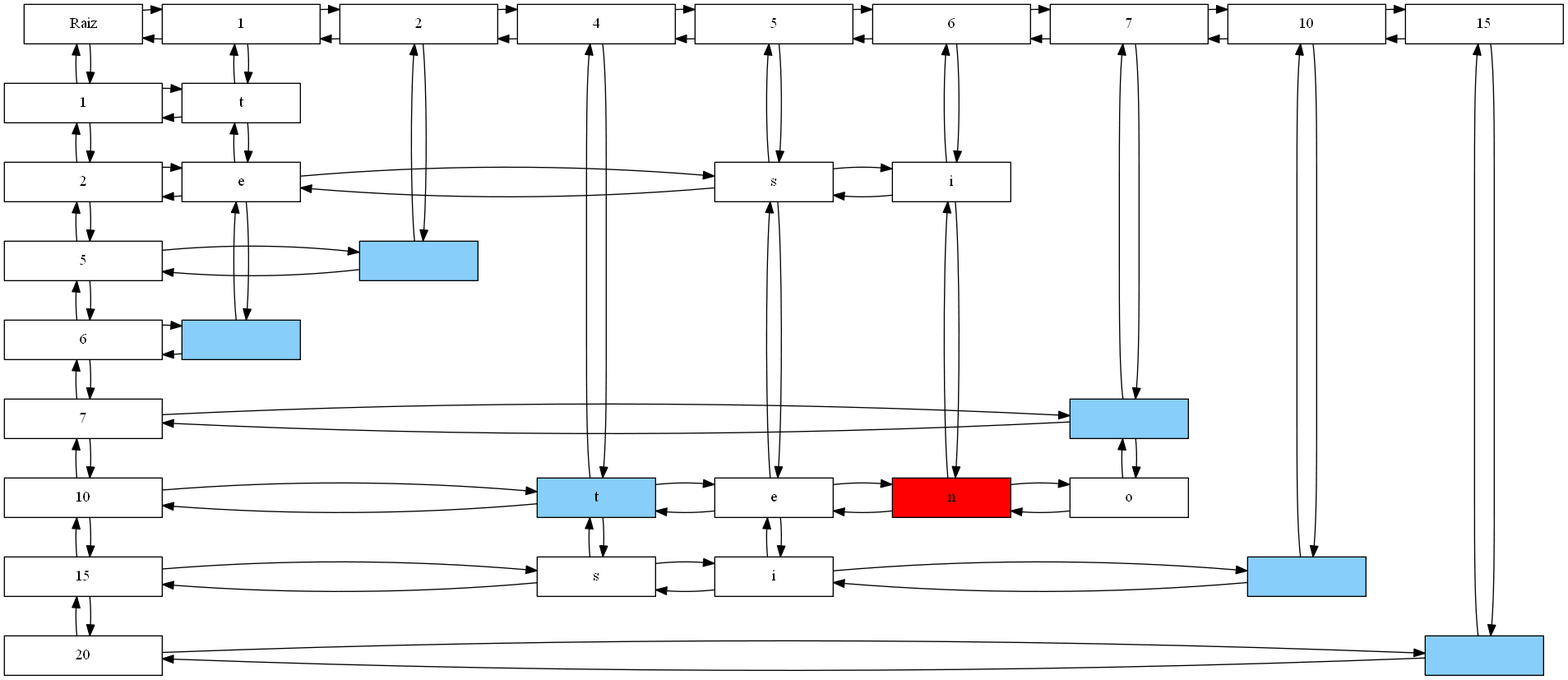
Before: scrabble/ReporteMatriz.png, a diagram exported from Graphviz (ChrisUSAC/EDD_1S2020_PY1_201709272). Its source is kept beside it as scrabble/ReporteMatriz.dot.
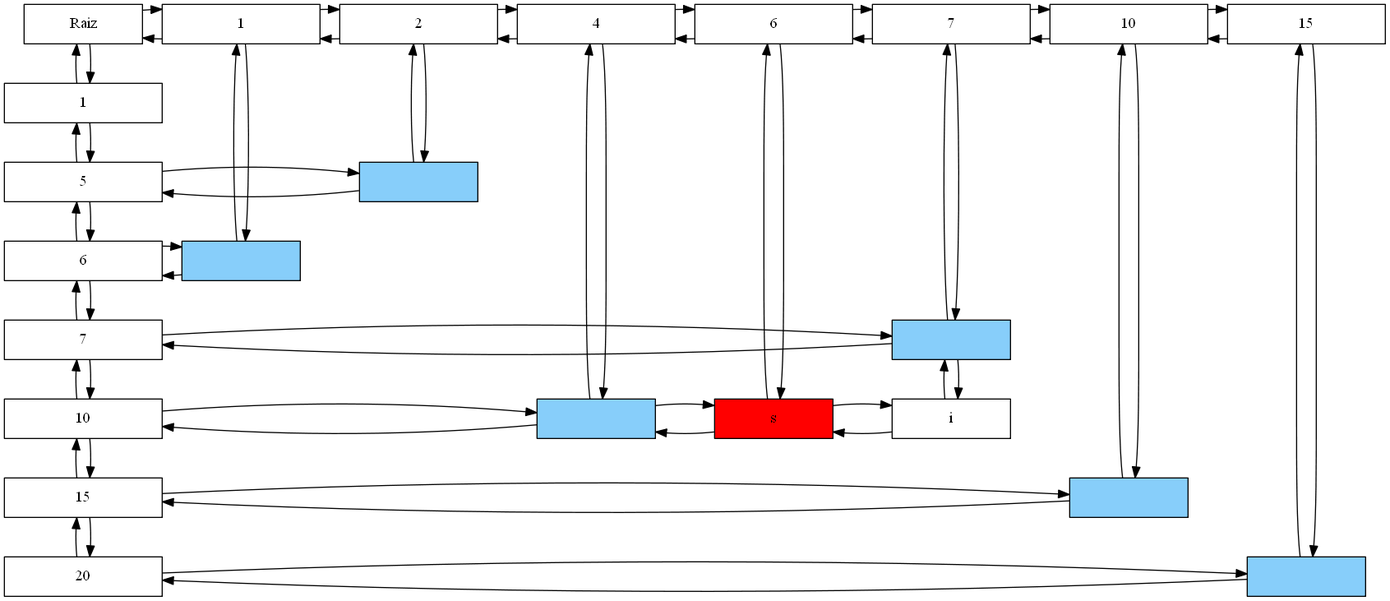
The same diagram one commit later.

Change to the diagram source:
```diff
@@ -3,13 +3,12 @@
 Raiz[label = "Raiz", width=1.5, group = 1];
 
 f0[label = "1" width=2.0 , group = 1 ];
-f1[label = "2" width=2.0 , group = 1 ];
-f2[label = "5" width=2.0 , group = 1 ];
-f3[label = "6" width=2.0 , group = 1 ];
-f4[label = "7" width=2.0 , group = 1 ];
-f5[label = "10" width=2.0 , group = 1 ];
-f6[label = "15" width=2.0 , group = 1 ];
-f7[label = "20" width=2.0 , group = 1 ];
+f1[label = "5" width=2.0 , group = 1 ];
+f2[label = "6" width=2.0 , group = 1 ];
+f3[label = "7" width=2.0 , group = 1 ];
+f4[label = "10" width=2.0 , group = 1 ];
+f5[label = "15" width=2.0 , group = 1 ];
+f6[label = "20" width=2.0 , group = 1 ];
 f0 -> f1[dir = back];
 f0 -> f1
 f1 -> f2[dir = back];
@@ -22,16 +21,13 @@
 f4 -> f5
 f5 -> f6[dir = back];
 f5 -> f6
-f6 -> f7[dir = back];
-f6 -> f7
 c0[label = "1" width=2.0 , group = 2 ];
 c1[label = "2" width=2.0 , group = 3 ];
 c2[label = "4" width=2.0 , group = 4 ];
-c3[label = "5" width=2.0 , group = 5 ];
-c4[label = "6" width=2.0 , group = 6 ];
-c5[label = "7" width=2.0 , group = 7 ];
-c6[label = "10" width=2.0 , group = 8 ];
-c7[label = "15" width=2.0 , group = 9 ];
+c3[label = "6" width=2.0 , group = 5 ];
+c4[label = "7" width=2.0 , group = 6 ];
+c5[label = "10" width=2.0 , group = 7 ];
+c6[label = "15" width=2.0 , group = 8 ];
 c0 -> c1[dir = back];
 c0 -> c1
 c1 -> c2[dir = back];
@@ -44,109 +40,64 @@
 c4 -> c5
 c5 -> c6[dir = back];
 c5 -> c6
-c6 -> c7[dir = back];
-c6 -> c7
  Raiz -> f0 [dir = back];
  Raiz -> f0 ;
  Raiz -> c0 [dir = back];
  Raiz -> c0 ;
-{rank = same;Raiz;c0;c1;c2;c3;c4;c5;c6;c7;}
-n0[label = "t" width = 1.5, group =2];
-n0[label = "t" width = 1.5, group =2];
-n1[label = "e" width = 1.5, group =2];
-n1[label = "e" width = 1.5, group =2];
-n2[label = " " width = 1.5,fillcolor = lightskyblue,style = filled,group =2];
-n2[label = " " width = 1.5, group =2];
-n3[label = " " width = 1.5,fillcolor = lightskyblue,style = filled,group =3];
-n3[label = " " width = 1.5, group =3];
-n4[label = "t" width = 1.5,fillcolor = lightskyblue,style = filled,group =4];
-n4[label = "t" width = 1.5, group =4];
-n5[label = "s" width = 1.5, group =4];
-n5[label = "s" width = 1.5, group =4];
-n6[label = "s" width = 1.5, group =5];
-n6[label = "s" width = 1.5, group =5];
-n7[label = "e" width = 1.5, group =5];
-n7[label = "e" width = 1.5, group =5];
-n8[label = "i" width = 1.5, group =5];
-n8[label = "i" width = 1.5, group =5];
-n9[label = "i" width = 1.5, group =6];
-n9[label = "i" width = 1.5, group =6];
-n10[label = "n" width = 1.5,fillcolor = red,style = filled, group =6];
-n10[label = "n" width = 1.5, group =6];
-n11[label = " " width = 1.5,fillcolor = lightskyblue,style = filled,group =7];
-n11[label = " " width = 1.5, group =7];
-n12[label = "o" width = 1.5, group =7];
-n12[label = "o" width = 1.5, group =7];
-n13[label = " " width = 1.5,fillcolor = lightskyblue,style = filled,group =8];
-n13[label = " " width = 1.5, group =8];
-n14[label = " " width = 1.5,fillcolor = lightskyblue,style = filled,group =9];
-n14[label = " " width = 1.5, group =9];
+{rank = same;Raiz;c0;c1;c2;c3;c4;c5;c6;}
+n0[label = " " width = 1.5,fillcolor = lightskyblue,style = filled,group =2];
+n0[label = " " width = 1.5, group =2];
+n1[label = " " width = 1.5,fillcolor = lightskyblue,style = filled,group =3];
+n1[label = " " width = 1.5, group =3];
+n2[label = " " width = 1.5,fillcolor = lightskyblue,style = filled,group =4];
+n2[label = " " width = 1.5, group =4];
+n3[label = "s" width = 1.5,fillcolor = red,style = filled, group =5];
+n3[label = "s" width = 1.5, group =5];
+n4[label = " " width = 1.5,fillcolor = lightskyblue,style = filled,group =6];
+n4[label = " " width = 1.5, group =6];
+n5[label = "i" width = 1.5, group =6];
+n5[label = "i" width = 1.5, group =6];
+n6[label = " " width = 1.5,fillcolor = lightskyblue,style = filled,group =7];
+n6[label = " " width = 1.5, group =7];
+n7[label = " " width = 1.5,fillcolor = lightskyblue,style = filled,group =8];
+n7[label = " " width = 1.5, group =8];
 c0 -> n0 [dir = back];
 c0 -> n0
-n0 -> n1 [dir = back];
-n0 -> n1
-n1 -> n2 [dir = back];
-n1 -> n2
-c1 -> n3 [dir = back];
-c1 -> n3
-c2 -> n4 [dir = back];
-c2 -> n4
+c1 -> n1 [dir = back];
+c1 -> n1
+c2 -> n2 [dir = back];
+c2 -> n2
+c3 -> n3 [dir = back];
+c3 -> n3
+c4 -> n4 [dir = back];
+c4 -> n4
 n4 -> n5 [dir = back];
 n4 -> n5
-c3 -> n6 [dir = back];
-c3 -> n6
-n6 -> n7 [dir = back];
-n6 -> n7
-n7 -> n8 [dir = back];
-n7 -> n8
-c4 -> n9 [dir = back];
-c4 -> n9
-n9 -> n10 [dir = back];
-n9 -> n10
-c5 -> n11 [dir = back];
-c5 -> n11
-n11 -> n12 [dir = back];
-n11 -> n12
-c6 -> n13 [dir = back];
-c6 -> n13
-c7 -> n14 [dir = back];
-c7 -> n14
-f0 -> n0 [dir = back];
-f0 -> n0
+c5 -> n6 [dir = back];
+c5 -> n6
+c6 -> n7 [dir = back];
+c6 -> n7
 f1 -> n1 [dir = back];
 f1 -> n1
-n1 -> n6 [dir = back];
-n1 -> n6
-n6 -> n9 [dir = back];
-n6 -> n9
-f2 -> n3 [dir = back];
-f2 -> n3
-f3 -> n2 [dir = back];
-f3 -> n2
-f4 -> n11 [dir = back];
-f4 -> n11
-f5 -> n4 [dir = back];
-f5 -> n4
-n4 -> n7 [dir = back];
-n4 -> n7
-n7 -> n10 [dir = back];
-n7 -> n10
-n10 -> n12 [dir = back];
-n10 -> n12
-f6 -> n5 [dir = back];
-f6 -> n5
-n5 -> n8 [dir = back];
-n5 -> n8
-n8 -> n13 [dir = back];
-n8 -> n13
-f7 -> n14 [dir = back];
-f7 -> n14
-{rank = same;f0;n0;}
-{rank = same;f1;n1;n6;n9;}
-{rank = same;f2;n3;}
-{rank = same;f3;n2;}
-{rank = same;f4;n11;}
-{rank = same;f5;n4;n7;n10;n12;}
-{rank = same;f6;n5;n8;n13;}
-{rank = same;f7;n14;}
+f2 -> n0 [dir = back];
+f2 -> n0
+f3 -> n4 [dir = back];
+f3 -> n4
+f4 -> n2 [dir = back];
+f4 -> n2
+n2 -> n3 [dir = back];
+n2 -> n3
+n3 -> n5 [dir = back];
+n3 -> n5
+f5 -> n6 [dir = back];
+f5 -> n6
+f6 -> n7 [dir = back];
+f6 -> n7
+{rank = same;f0;}
+{rank = same;f1;n1;}
+{rank = same;f2;n0;}
+{rank = same;f3;n4;}
+{rank = same;f4;n2;n3;n5;}
+{rank = same;f5;n6;}
+{rank = same;f6;n7;}
 }
```
